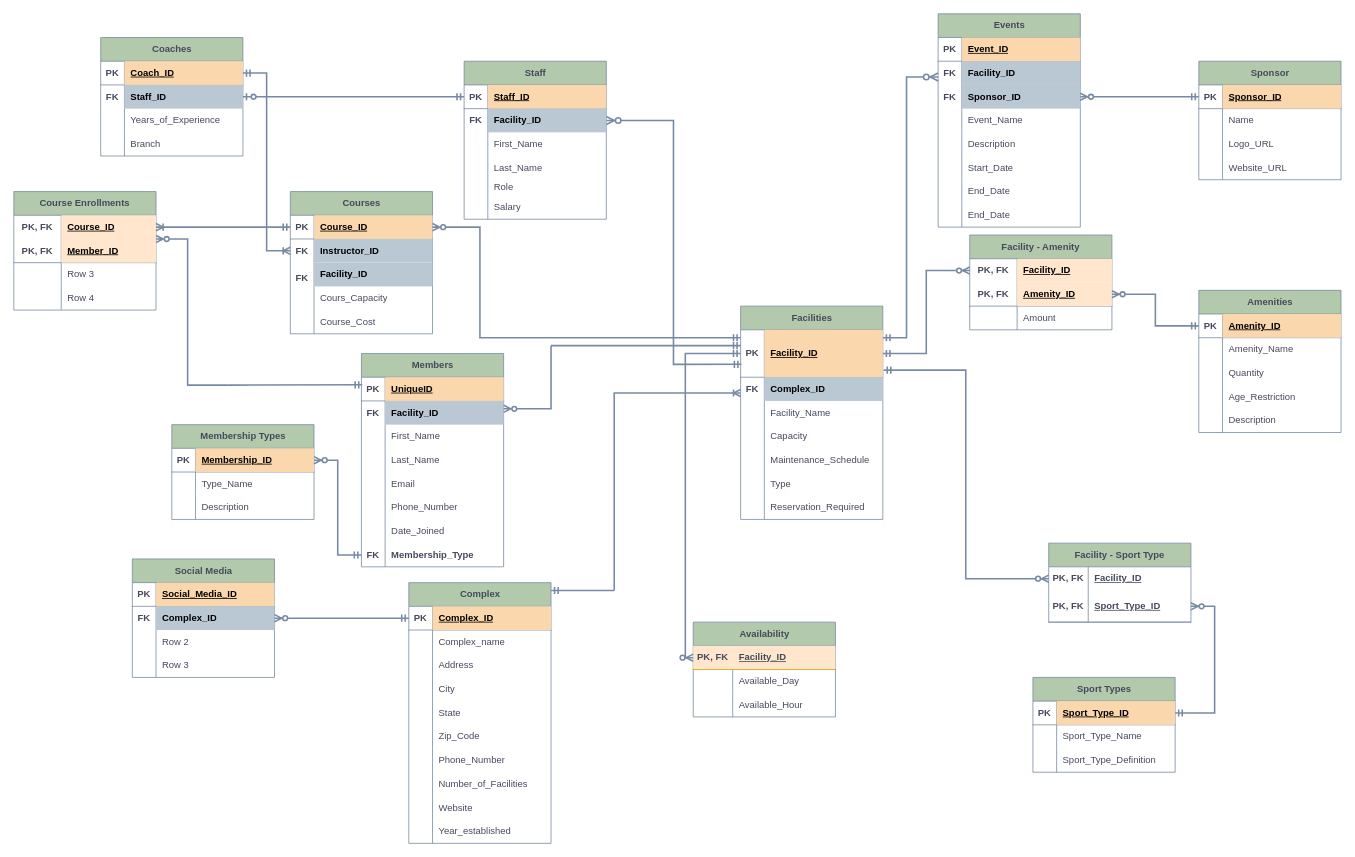
Before: cardinality/cardinality.drawio in PloKoon68/Sport-Complexes-Management-System-Database, a draw.io diagram. Source tidied: cells renumbered, new cells numbered last; positions are measured from the earlier drawing's top-left corner, leaving out a move shared by most shapes. Both pictures are drawn from the tidied source at 79%, with x=0, y=0 at pixel (13, 13).
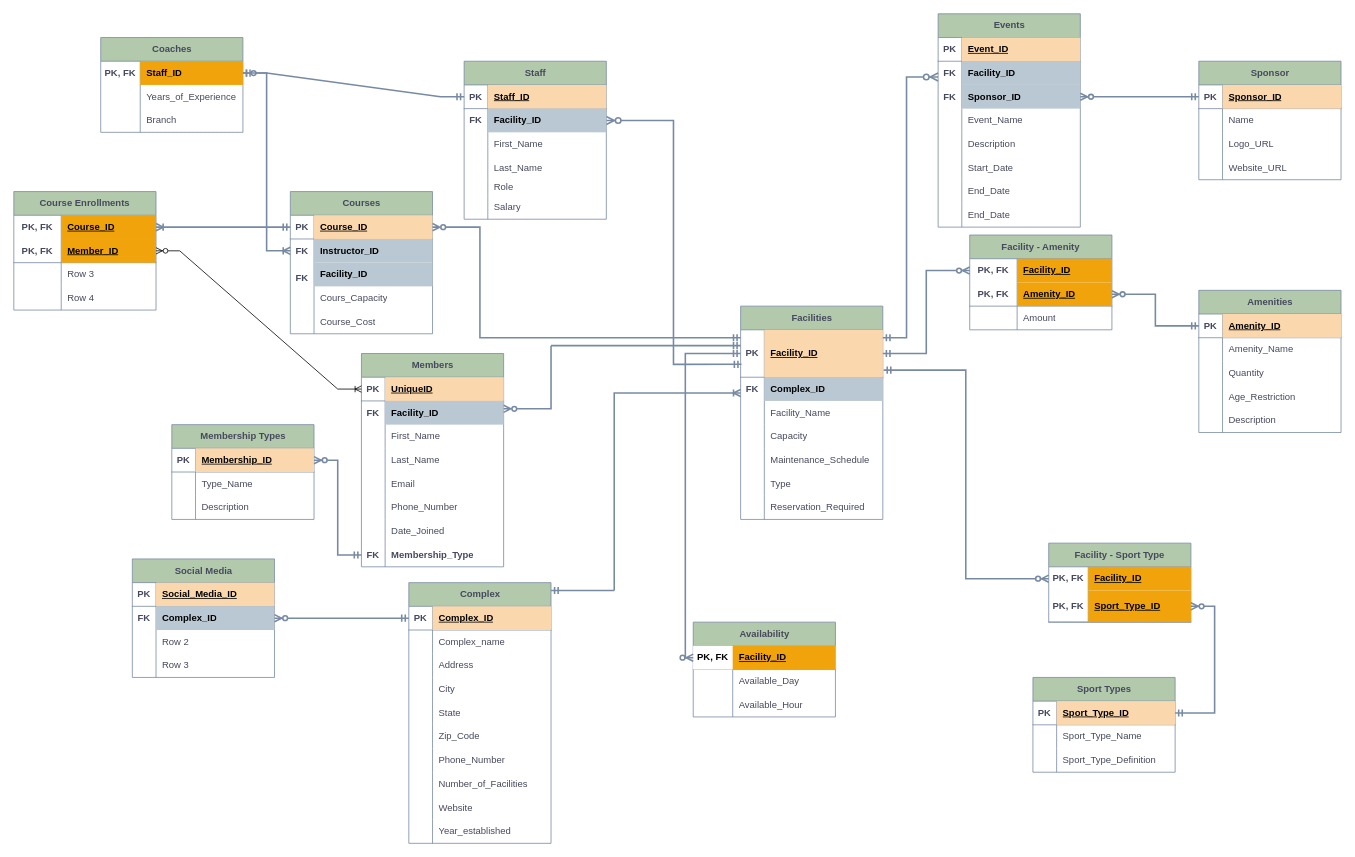
After the change.

The change refers to these unchanged cells:
```xml
<mxCell id="34" style="shape=tableRow;horizontal=0;startSize=0;swimlaneHead=0;swimlaneBody=0;fillColor=#ffe6cc;points=[[0,0.5],[1,0.5]];portConstraint=eastwest;top=0;left=0;right=0;bottom=1;labelBackgroundColor=none;strokeColor=#d79b00;" parent="33" vertex="1">
  <mxGeometry y="30" width="180" height="30" as="geometry" />
</mxCell>
<mxCell id="71" style="shape=tableRow;horizontal=0;startSize=0;swimlaneHead=0;swimlaneBody=0;fillColor=none;points=[[0,0.5],[1,0.5]];portConstraint=eastwest;top=0;left=0;right=0;bottom=0;html=1;labelBackgroundColor=none;strokeColor=#788AA3;fontColor=#46495D;" parent="70" vertex="1">
  <mxGeometry y="30" width="180" height="30" as="geometry" />
</mxCell>
<mxCell id="74" style="shape=tableRow;horizontal=0;startSize=0;swimlaneHead=0;swimlaneBody=0;fillColor=none;points=[[0,0.5],[1,0.5]];portConstraint=eastwest;top=0;left=0;right=0;bottom=1;html=1;labelBackgroundColor=none;strokeColor=#788AA3;fontColor=#46495D;" parent="70" vertex="1">
  <mxGeometry y="60" width="180" height="40" as="geometry" />
</mxCell>
<mxCell id="105" style="shape=tableRow;horizontal=0;startSize=0;swimlaneHead=0;swimlaneBody=0;fillColor=none;points=[[0,0.5],[1,0.5]];portConstraint=eastwest;top=0;left=0;right=0;bottom=1;strokeColor=#788AA3;fontColor=#46495D;labelBackgroundColor=none;" parent="104" vertex="1">
  <mxGeometry y="30" width="180" height="30" as="geometry" />
</mxCell>
<mxCell id="131" style="shape=tableRow;horizontal=0;startSize=0;swimlaneHead=0;swimlaneBody=0;fillColor=none;points=[[0,0.5],[1,0.5]];portConstraint=eastwest;top=0;left=0;right=0;bottom=0;html=1;strokeColor=#788AA3;fontColor=#46495D;labelBackgroundColor=none;" parent="130" vertex="1">
  <mxGeometry y="30" width="180" height="30" as="geometry" />
</mxCell>
<mxCell id="134" style="shape=tableRow;horizontal=0;startSize=0;swimlaneHead=0;swimlaneBody=0;fillColor=none;points=[[0,0.5],[1,0.5]];portConstraint=eastwest;top=0;left=0;right=0;bottom=1;html=1;strokeColor=#788AA3;fontColor=#46495D;labelBackgroundColor=none;" parent="130" vertex="1">
  <mxGeometry y="60" width="180" height="30" as="geometry" />
</mxCell>
<mxCell id="235" style="shape=tableRow;horizontal=0;startSize=0;swimlaneHead=0;swimlaneBody=0;fillColor=none;points=[[0,0.5],[1,0.5]];portConstraint=eastwest;top=0;left=0;right=0;bottom=0;strokeColor=#788AA3;fontColor=#46495D;labelBackgroundColor=none;" parent="231" vertex="1">
  <mxGeometry y="60" width="180" height="30" as="geometry" />
</mxCell>
<mxCell id="252" style="shape=tableRow;horizontal=0;startSize=0;swimlaneHead=0;swimlaneBody=0;fillColor=none;points=[[0,0.5],[1,0.5]];portConstraint=eastwest;top=0;left=0;right=0;bottom=0;html=1;strokeColor=#788AA3;fontColor=#46495D;labelBackgroundColor=none;" parent="251" vertex="1">
  <mxGeometry y="30" width="180" height="30" as="geometry" />
</mxCell>
<mxCell id="255" style="shape=tableRow;horizontal=0;startSize=0;swimlaneHead=0;swimlaneBody=0;fillColor=none;points=[[0,0.5],[1,0.5]];portConstraint=eastwest;top=0;left=0;right=0;bottom=1;html=1;strokeColor=#788AA3;fontColor=#46495D;labelBackgroundColor=none;" parent="251" vertex="1">
  <mxGeometry y="60" width="180" height="30" as="geometry" />
</mxCell>
```

What changed in the source:
```diff
@@
-    <mxCell id="35" value="PK, FK" style="shape=partialRectangle;fillColor=none;top=0;left=0;bottom=0;right=0;fontStyle=1;overflow=hidden;whiteSpace=wrap;html=1;labelBackgroundColor=none;strokeColor=#788AA3;fontColor=#46495D;" parent="34" vertex="1">
+    <mxCell id="35" value="PK, FK" style="shape=partialRectangle;top=0;left=0;bottom=0;right=0;fontStyle=1;overflow=hidden;whiteSpace=wrap;html=1;labelBackgroundColor=none;" parent="34" vertex="1">
       <mxGeometry width="50" height="30" as="geometry" />
     </mxCell>
-    <mxCell id="36" value="Facility_ID" style="shape=partialRectangle;fillColor=none;top=0;left=0;bottom=0;right=0;align=left;spacingLeft=6;fontStyle=5;overflow=hidden;whiteSpace=wrap;html=1;labelBackgroundColor=none;strokeColor=#788AA3;fontColor=#46495D;" parent="34" vertex="1">
+    <mxCell id="36" value="Facility_ID" style="shape=partialRectangle;fillColor=#f0a30a;top=0;left=0;bottom=0;right=0;align=left;spacingLeft=6;fontStyle=5;overflow=hidden;whiteSpace=wrap;html=1;labelBackgroundColor=none;strokeColor=#BD7000;fontColor=#000000;" parent="34" vertex="1">
       <mxGeometry x="50" width="130" height="30" as="geometry" />
     </mxCell>
@@
-    <mxCell id="73" value="Facility_ID" style="shape=partialRectangle;fillColor=none;top=0;left=0;bottom=0;right=0;align=left;spacingLeft=6;fontStyle=5;overflow=hidden;html=1;whiteSpace=wrap;labelBackgroundColor=none;strokeColor=#788AA3;fontColor=#46495D;" parent="71" vertex="1">
+    <mxCell id="73" value="Facility_ID" style="shape=partialRectangle;fillColor=#f0a30a;top=0;left=0;bottom=0;right=0;align=left;spacingLeft=6;fontStyle=5;overflow=hidden;html=1;whiteSpace=wrap;labelBackgroundColor=none;strokeColor=#BD7000;fontColor=#000000;" parent="71" vertex="1">
       <mxGeometry x="50" width="130" height="30" as="geometry" />
     </mxCell>
@@
-    <mxCell id="76" value="Sport_Type_ID" style="shape=partialRectangle;fillColor=none;top=0;left=0;bottom=0;right=0;align=left;spacingLeft=6;fontStyle=5;overflow=hidden;html=1;whiteSpace=wrap;labelBackgroundColor=none;strokeColor=#788AA3;fontColor=#46495D;" parent="74" vertex="1">
+    <mxCell id="76" value="Sport_Type_ID" style="shape=partialRectangle;fillColor=#f0a30a;top=0;left=0;bottom=0;right=0;align=left;spacingLeft=6;fontStyle=5;overflow=hidden;html=1;whiteSpace=wrap;labelBackgroundColor=none;strokeColor=#BD7000;fontColor=#000000;" parent="74" vertex="1">
       <mxGeometry x="50" width="130" height="40" as="geometry" />
     </mxCell>
@@
-    <mxCell id="133" value="Facility_ID" style="shape=partialRectangle;fillColor=#ffe6cc;top=0;left=0;bottom=0;right=0;align=left;spacingLeft=6;fontStyle=5;overflow=hidden;html=1;whiteSpace=wrap;strokeColor=#d79b00;labelBackgroundColor=none;" parent="131" vertex="1">
+    <mxCell id="133" value="Facility_ID" style="shape=partialRectangle;fillColor=#f0a30a;top=0;left=0;bottom=0;right=0;align=left;spacingLeft=6;fontStyle=5;overflow=hidden;html=1;whiteSpace=wrap;strokeColor=#BD7000;labelBackgroundColor=none;fontColor=#000000;" parent="131" vertex="1">
       <mxGeometry x="60" width="120" height="30" as="geometry" />
     </mxCell>
@@
-    <mxCell id="136" value="Amenity_ID" style="shape=partialRectangle;fillColor=#ffe6cc;top=0;left=0;bottom=0;right=0;align=left;spacingLeft=6;fontStyle=5;overflow=hidden;html=1;whiteSpace=wrap;strokeColor=#d79b00;labelBackgroundColor=none;" parent="134" vertex="1">
+    <mxCell id="136" value="Amenity_ID" style="shape=partialRectangle;fillColor=#f0a30a;top=0;left=0;bottom=0;right=0;align=left;spacingLeft=6;fontStyle=5;overflow=hidden;html=1;whiteSpace=wrap;strokeColor=#BD7000;labelBackgroundColor=none;fontColor=#000000;" parent="134" vertex="1">
       <mxGeometry x="60" width="120" height="30" as="geometry" />
     </mxCell>
@@
     <mxCell id="217" value="Coaches" style="shape=table;startSize=30;childLayout=tableLayout;rowLines=0;fontStyle=1;align=center;html=1;strokeColor=#788AA3;fontColor=#46495D;fillColor=#B2C9AB;labelBackgroundColor=none;" parent="1" vertex="1">
-      <mxGeometry x="110" y="30" width="180" height="150" as="geometry" />
+      <mxGeometry x="110" y="30" width="180" height="120" as="geometry" />
     </mxCell>
-    <mxCell id="218" style="shape=tableRow;horizontal=0;startSize=0;swimlaneHead=0;swimlaneBody=0;fillColor=none;points=[[0,0.5],[1,0.5]];portConstraint=eastwest;top=0;left=0;right=0;bottom=1;strokeColor=#788AA3;fontColor=#46495D;labelBackgroundColor=none;" parent="217" vertex="1">
-      <mxGeometry y="30" width="180" height="30" as="geometry" />
-    </mxCell>
-    <mxCell id="219" value="PK" style="shape=partialRectangle;fillColor=none;top=0;left=0;bottom=0;right=0;fontStyle=1;overflow=hidden;whiteSpace=wrap;html=1;strokeColor=#788AA3;fontColor=#46495D;labelBackgroundColor=none;" parent="218" vertex="1">
-      <mxGeometry width="30" height="30" as="geometry" />
-    </mxCell>
-    <mxCell id="220" value="Coach_ID" style="shape=partialRectangle;fillColor=#fad7ac;top=0;left=0;bottom=0;right=0;align=left;spacingLeft=6;fontStyle=5;overflow=hidden;whiteSpace=wrap;html=1;strokeColor=#b46504;labelBackgroundColor=none;" parent="218" vertex="1">
-      <mxGeometry x="30" width="150" height="30" as="geometry" />
-    </mxCell>
     <mxCell id="221" style="shape=tableRow;horizontal=0;startSize=0;swimlaneHead=0;swimlaneBody=0;fillColor=none;points=[[0,0.5],[1,0.5]];portConstraint=eastwest;top=0;left=0;right=0;bottom=0;strokeColor=#788AA3;fontColor=#46495D;labelBackgroundColor=none;" parent="217" vertex="1">
-      <mxGeometry y="60" width="180" height="30" as="geometry" />
+      <mxGeometry y="30" width="180" height="30" as="geometry" />
     </mxCell>
     <mxCell id="222" style="shape=partialRectangle;fillColor=none;top=0;left=0;bottom=0;right=0;overflow=hidden;whiteSpace=wrap;html=1;strokeColor=#788AA3;fontColor=#46495D;labelBackgroundColor=none;" parent="221" vertex="1">
-      <mxGeometry width="30" height="30" as="geometry" />
+      <mxGeometry width="50" height="30" as="geometry" />
     </mxCell>
-    <mxCell id="223" value="Staff_ID" style="shape=partialRectangle;fillColor=#bac8d3;top=0;left=0;bottom=0;right=0;align=left;spacingLeft=6;overflow=hidden;whiteSpace=wrap;html=1;strokeColor=#23445d;fontStyle=1;labelBackgroundColor=none;" parent="221" vertex="1">
-      <mxGeometry x="30" width="150" height="30" as="geometry" />
+    <mxCell id="223" value="Staff_ID" style="shape=partialRectangle;fillColor=#f0a30a;top=0;left=0;bottom=0;right=0;align=left;spacingLeft=6;overflow=hidden;whiteSpace=wrap;html=1;strokeColor=#BD7000;fontStyle=1;labelBackgroundColor=none;fontColor=#000000;" parent="221" vertex="1">
+      <mxGeometry x="50" width="130" height="30" as="geometry" />
     </mxCell>
     <mxCell id="224" style="shape=tableRow;horizontal=0;startSize=0;swimlaneHead=0;swimlaneBody=0;fillColor=none;top=0;left=0;right=0;bottom=0;strokeColor=#788AA3;fontColor=#46495D;labelBackgroundColor=none;" parent="217" vertex="1">
-      <mxGeometry y="90" width="180" height="30" as="geometry" />
+      <mxGeometry y="60" width="180" height="30" as="geometry" />
     </mxCell>
     <mxCell id="225" style="shape=partialRectangle;fillColor=none;top=0;left=0;bottom=0;right=0;overflow=hidden;whiteSpace=wrap;html=1;strokeColor=#788AA3;fontColor=#46495D;labelBackgroundColor=none;" parent="224" vertex="1">
-      <mxGeometry width="30" height="30" as="geometry" />
+      <mxGeometry width="50" height="30" as="geometry" />
     </mxCell>
     <mxCell id="226" value="Years_of_Experience" style="shape=partialRectangle;fillColor=none;top=0;left=0;bottom=0;right=0;align=left;spacingLeft=6;overflow=hidden;whiteSpace=wrap;html=1;strokeColor=#788AA3;fontColor=#46495D;labelBackgroundColor=none;" parent="224" vertex="1">
-      <mxGeometry x="30" width="150" height="30" as="geometry" />
+      <mxGeometry x="50" width="130" height="30" as="geometry" />
     </mxCell>
     <mxCell id="227" style="shape=tableRow;horizontal=0;startSize=0;swimlaneHead=0;swimlaneBody=0;fillColor=none;top=0;left=0;right=0;bottom=0;strokeColor=#788AA3;fontColor=#46495D;labelBackgroundColor=none;" parent="217" vertex="1">
-      <mxGeometry y="120" width="180" height="30" as="geometry" />
+      <mxGeometry y="90" width="180" height="30" as="geometry" />
     </mxCell>
     <mxCell id="228" style="shape=partialRectangle;fillColor=none;top=0;left=0;bottom=0;right=0;overflow=hidden;whiteSpace=wrap;html=1;strokeColor=#788AA3;fontColor=#46495D;labelBackgroundColor=none;" parent="227" vertex="1">
-      <mxGeometry width="30" height="30" as="geometry" />
+      <mxGeometry width="50" height="30" as="geometry" />
     </mxCell>
     <mxCell id="229" value="Branch" style="shape=partialRectangle;fillColor=none;top=0;left=0;bottom=0;right=0;align=left;spacingLeft=6;overflow=hidden;whiteSpace=wrap;html=1;strokeColor=#788AA3;fontColor=#46495D;labelBackgroundColor=none;" parent="227" vertex="1">
-      <mxGeometry x="30" width="150" height="30" as="geometry" />
+      <mxGeometry x="50" width="130" height="30" as="geometry" />
     </mxCell>
-    <mxCell id="230" value="&lt;b&gt;FK&lt;/b&gt;" style="shape=partialRectangle;fillColor=none;top=0;left=0;bottom=0;right=0;overflow=hidden;whiteSpace=wrap;html=1;strokeColor=#788AA3;fontColor=#46495D;labelBackgroundColor=none;" parent="1" vertex="1">
-      <mxGeometry x="110" y="90" width="30" height="30" as="geometry" />
+    <mxCell id="230" value="&lt;b&gt;PK, FK&lt;/b&gt;" style="shape=partialRectangle;fillColor=none;top=0;left=0;bottom=0;right=0;overflow=hidden;whiteSpace=wrap;html=1;strokeColor=#788AA3;fontColor=#46495D;labelBackgroundColor=none;" parent="1" vertex="1">
+      <mxGeometry x="110" y="55" width="50" height="40" as="geometry" />
     </mxCell>
@@
-    <mxCell id="250" style="edgeStyle=entityRelationEdgeStyle;fontSize=12;html=1;endArrow=ERoneToMany;startArrow=ERmandOne;rounded=0;strokeColor=#788AA3;fontColor=default;fillColor=#B2C9AB;labelBackgroundColor=none;strokeWidth=2;" parent="1" edge="1" source="218" target="235">
-      <mxGeometry relative="1" as="geometry" />
+    <mxCell id="250" style="edgeStyle=entityRelationEdgeStyle;fontSize=12;html=1;endArrow=ERoneToMany;startArrow=ERmandOne;rounded=0;strokeColor=#788AA3;fontColor=default;fillColor=#B2C9AB;labelBackgroundColor=none;strokeWidth=2;" parent="1" edge="1" target="235">
+      <mxGeometry relative="1" as="geometry">
+        <mxPoint x="290" y="75" as="sourcePoint" />
+      </mxGeometry>
     </mxCell>
@@
-    <mxCell id="254" value="Course_ID" style="shape=partialRectangle;top=0;left=0;bottom=0;right=0;align=left;spacingLeft=6;fontStyle=5;overflow=hidden;html=1;whiteSpace=wrap;labelBackgroundColor=none;fillColor=#ffe6cc;strokeColor=#d79b00;" parent="252" vertex="1">
+    <mxCell id="254" value="Course_ID" style="shape=partialRectangle;top=0;left=0;bottom=0;right=0;align=left;spacingLeft=6;fontStyle=5;overflow=hidden;html=1;whiteSpace=wrap;labelBackgroundColor=none;fillColor=#f0a30a;strokeColor=#BD7000;fontColor=#000000;" parent="252" vertex="1">
       <mxGeometry x="60" width="120" height="30" as="geometry" />
     </mxCell>
@@
-    <mxCell id="257" value="Member_ID" style="shape=partialRectangle;fillColor=#ffe6cc;top=0;left=0;bottom=0;right=0;align=left;spacingLeft=6;fontStyle=5;overflow=hidden;html=1;whiteSpace=wrap;strokeColor=#d79b00;labelBackgroundColor=none;" parent="255" vertex="1">
+    <mxCell id="257" value="Member_ID" style="shape=partialRectangle;fillColor=#f0a30a;top=0;left=0;bottom=0;right=0;align=left;spacingLeft=6;fontStyle=5;overflow=hidden;html=1;whiteSpace=wrap;strokeColor=#BD7000;labelBackgroundColor=none;fontColor=#000000;" parent="255" vertex="1">
       <mxGeometry x="60" width="120" height="30" as="geometry" />
     </mxCell>
@@
-    <mxCell id="277" style="endArrow=none;html=1;rounded=0;startArrow=ERmandOne;startFill=0;fillColor=#647687;strokeColor=#788AA3;strokeWidth=2;exitX=0.006;exitY=0.321;exitDx=0;exitDy=0;exitPerimeter=0;" parent="1" edge="1" source="105">
-      <mxGeometry relative="1" as="geometry">
-        <mxPoint x="270" y="470" as="targetPoint" />
-      </mxGeometry>
-    </mxCell>
-    <mxCell id="278" style="endArrow=none;html=1;rounded=0;startArrow=ERzeroToMany;startFill=0;fillColor=#647687;strokeColor=#788AA3;strokeWidth=2;" parent="1" edge="1">
-      <mxGeometry relative="1" as="geometry">
-        <mxPoint x="180" y="285" as="sourcePoint" />
-        <mxPoint x="270" y="470" as="targetPoint" />
-        <Array as="points">
-          <mxPoint x="220" y="285" />
-          <mxPoint x="220" y="470" />
-        </Array>
-      </mxGeometry>
-    </mxCell>
@@
+    <mxCell id="286" style="edgeStyle=entityRelationEdgeStyle;fontSize=12;html=1;endArrow=ERoneToMany;startArrow=ERzeroToMany;rounded=0;" parent="1" edge="1" source="255" target="105">
+      <mxGeometry relative="1" as="geometry" />
+    </mxCell>
```
